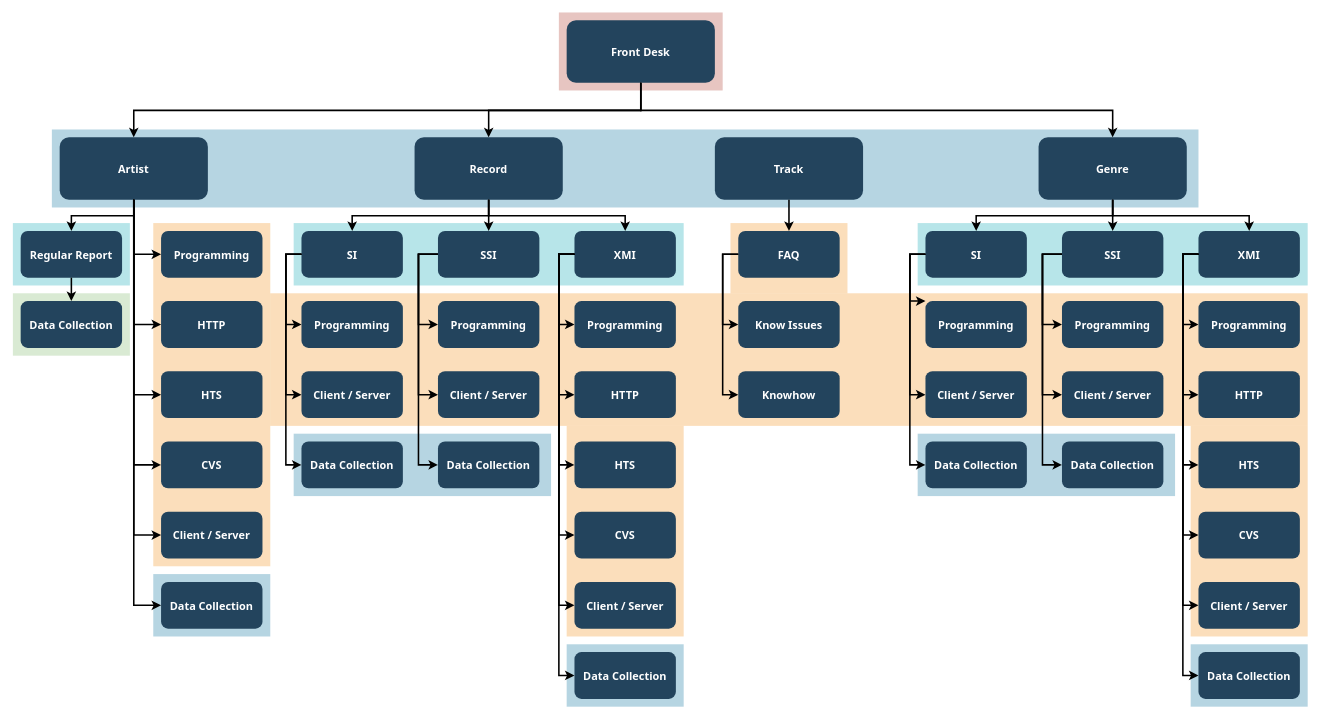
Before: page "Page-1" (1 of 2) of solo_project_site_map.drawio in dnbhed/record-store-solo-project, a draw.io diagram. Source tidied: cells renumbered, new cells numbered last; positions are measured from the earlier drawing's top-left corner, leaving out a move shared by most shapes. Both pictures are drawn from the tidied source at 78%, with x=0, y=0 at pixel (12, 12).
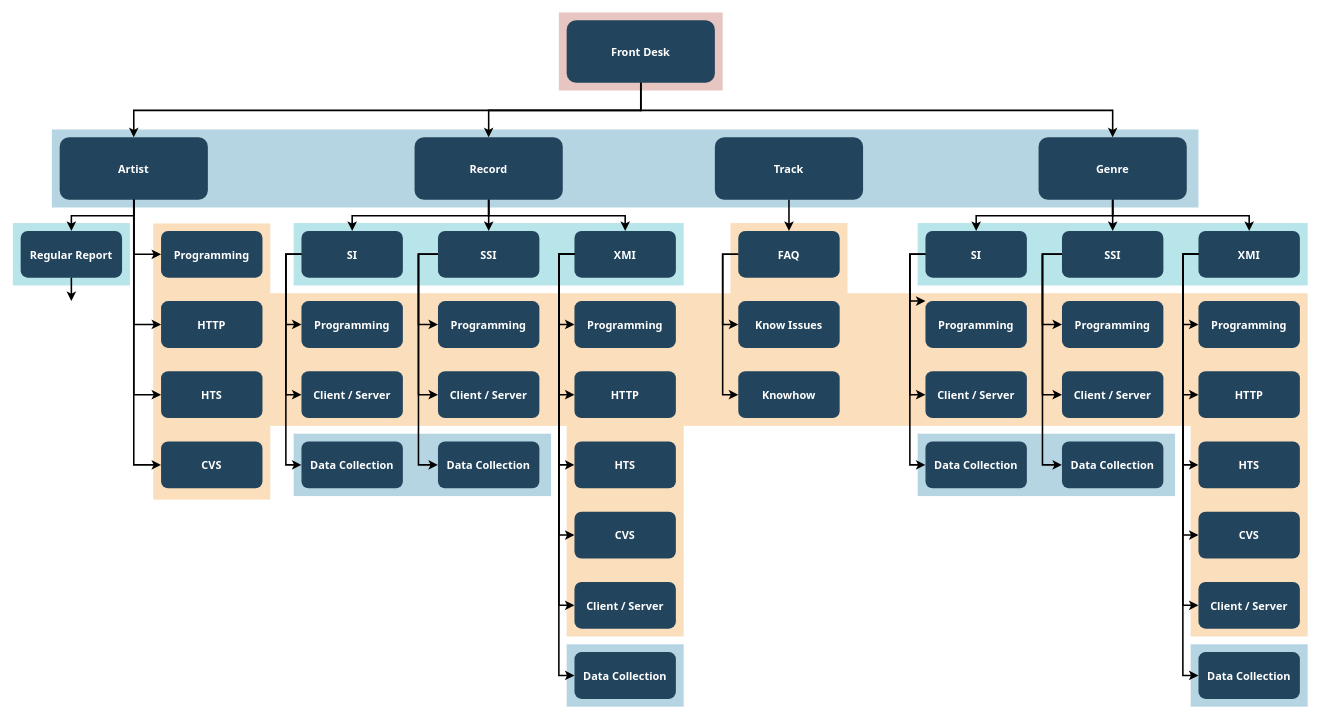
The same page after the edit.

Unchanged cells that the change refers to:
```xml
<mxCell id="23" value="Artist" style="rounded=1;fillColor=#23445D;gradientColor=none;strokeColor=none;fontColor=#FFFFFF;fontStyle=1;fontFamily=Tahoma;fontSize=14;" parent="1" vertex="1">
  <mxGeometry x="60" y="159.5" width="190" height="80" as="geometry" />
</mxCell>
<mxCell id="24" value="Regular Report" style="rounded=1;fillColor=#23445D;gradientColor=none;strokeColor=none;fontColor=#FFFFFF;fontStyle=1;fontFamily=Tahoma;fontSize=14;" parent="1" vertex="1">
  <mxGeometry x="10" y="279.5" width="130" height="60" as="geometry" />
</mxCell>
```

What changed in the source:
```diff
@@
     <mxCell id="7" style="fillColor=#F2931E;strokeColor=none;opacity=30;" parent="1" vertex="1">
-      <mxGeometry x="180" y="269.5" width="150" height="440" as="geometry" />
+      <mxGeometry x="180" y="270" width="150" height="354" as="geometry" />
     </mxCell>
@@
-    <mxCell id="13" style="fillColor=#10739E;strokeColor=none;opacity=30;" parent="1" vertex="1">
-      <mxGeometry x="180" y="719.5" width="150" height="80" as="geometry" />
-    </mxCell>
-    <mxCell id="14" style="fillColor=#D9EAD3;strokeColor=none;" parent="1" vertex="1">
-      <mxGeometry y="359.5" width="150" height="80" as="geometry" />
-    </mxCell>
@@
-    <mxCell id="25" value="Data Collection" style="rounded=1;fillColor=#23445D;gradientColor=none;strokeColor=none;fontColor=#FFFFFF;fontStyle=1;fontFamily=Tahoma;fontSize=14;" parent="1" vertex="1">
-      <mxGeometry x="10" y="369.5" width="130" height="60" as="geometry" />
-    </mxCell>
@@
-    <mxCell id="30" value="Client / Server" style="rounded=1;fillColor=#23445D;gradientColor=none;strokeColor=none;fontColor=#FFFFFF;fontStyle=1;fontFamily=Tahoma;fontSize=14;" parent="1" vertex="1">
-      <mxGeometry x="190" y="639.5" width="130" height="60" as="geometry" />
-    </mxCell>
-    <mxCell id="31" value="Data Collection" style="rounded=1;fillColor=#23445D;gradientColor=none;strokeColor=none;fontColor=#FFFFFF;fontStyle=1;fontFamily=Tahoma;fontSize=14;" parent="1" vertex="1">
-      <mxGeometry x="190" y="729.5" width="130" height="60" as="geometry" />
-    </mxCell>
@@
-    <mxCell id="72" style="edgeStyle=elbowEdgeStyle;elbow=horizontal;strokeWidth=2;rounded=0;" parent="1" edge="1" source="23" target="30">
-      <mxGeometry x="-23" y="135.5" as="geometry">
-        <Array as="points">
-          <mxPoint x="155" y="439.5" />
-        </Array>
-      </mxGeometry>
-    </mxCell>
-    <mxCell id="73" style="edgeStyle=elbowEdgeStyle;elbow=horizontal;strokeWidth=2;rounded=0;" parent="1" edge="1" source="23" target="31">
-      <mxGeometry x="-23" y="135.5" as="geometry">
-        <Array as="points">
-          <mxPoint x="155" y="489.5" />
-        </Array>
-      </mxGeometry>
-    </mxCell>
@@
-    <mxCell id="107" style="edgeStyle=elbowEdgeStyle;elbow=vertical;rounded=0;strokeWidth=2;" parent="1" edge="1" source="24" target="25">
-      <mxGeometry x="-23" y="135.5" as="geometry" />
+    <mxCell id="107" style="edgeStyle=elbowEdgeStyle;elbow=vertical;rounded=0;strokeWidth=2;" parent="1" edge="1" source="24">
+      <mxGeometry x="-23" y="135.5" as="geometry">
+        <mxPoint x="75" y="369.5" as="targetPoint" />
+      </mxGeometry>
     </mxCell>
```
